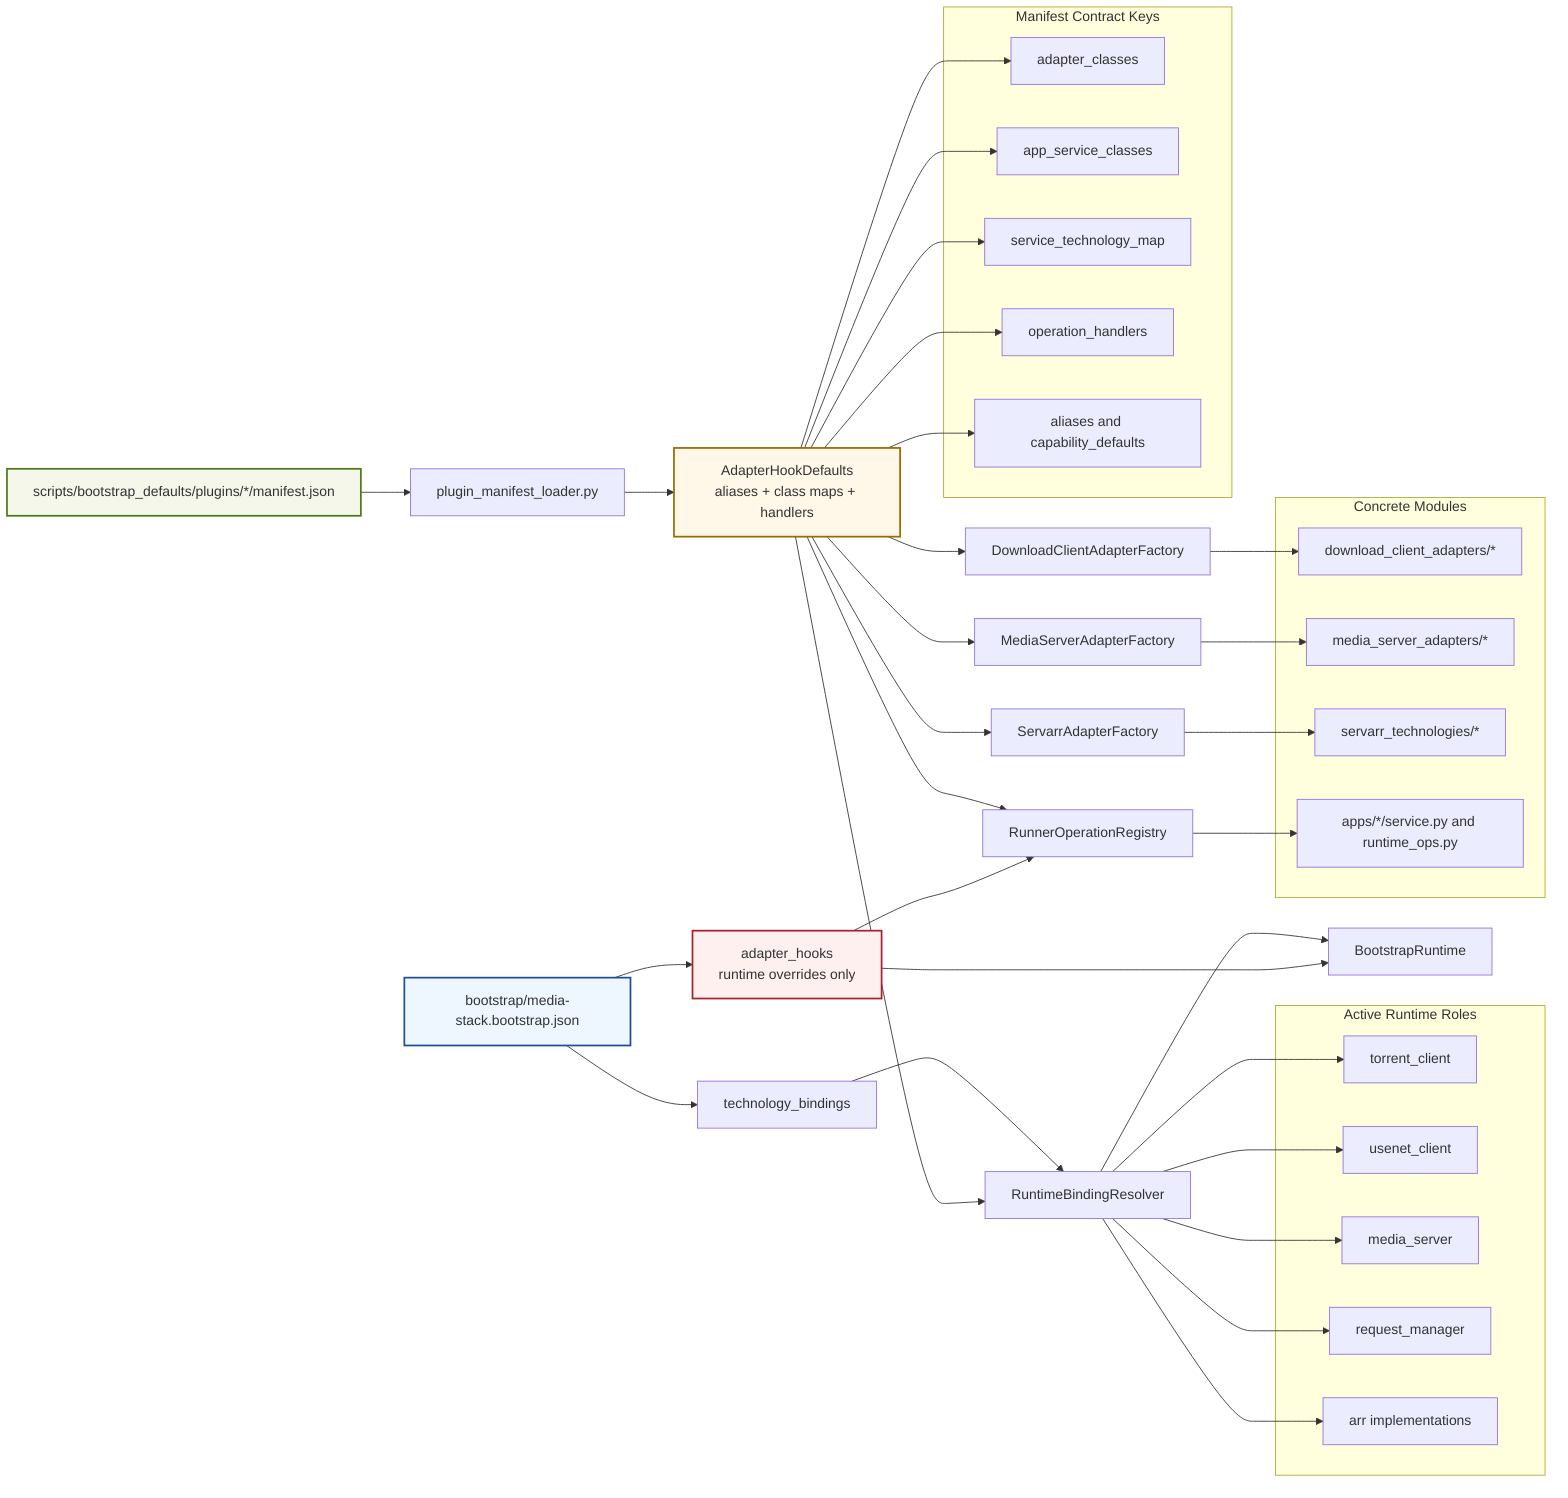
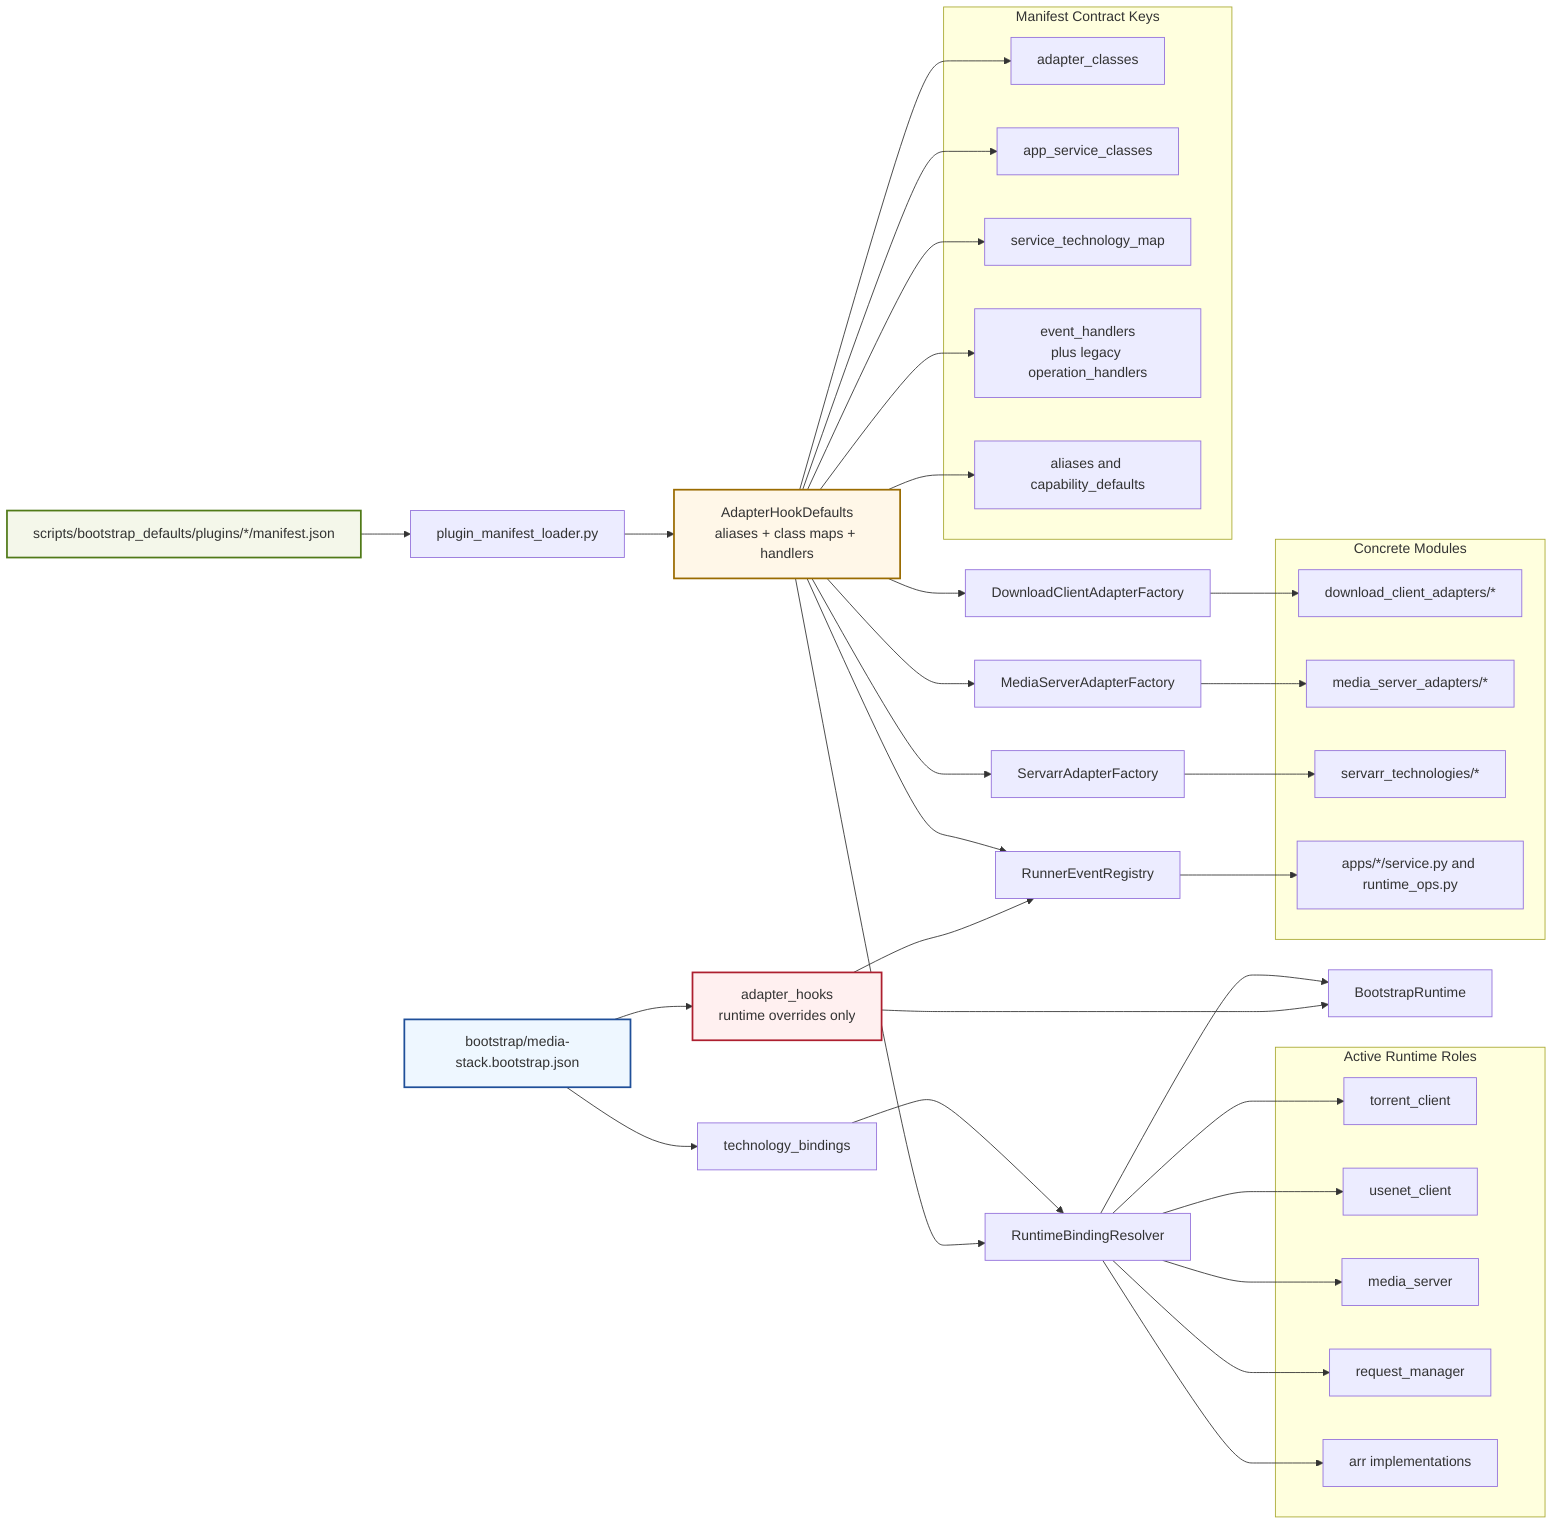
flowchart LR
  CFG[bootstrap/media-stack.bootstrap.json]
  BIND[technology_bindings]
  RH[adapter_hooks<br/>runtime overrides only]

  PM[scripts/bootstrap_defaults/plugins/*/manifest.json]
  LOAD[plugin_manifest_loader.py]
  DEF[AdapterHookDefaults<br/>aliases + class maps + handlers]

  RES[RuntimeBindingResolver]
  RT[BootstrapRuntime]

-   OPREG[RunnerOperationRegistry]
+   OPREG[RunnerEventRegistry]
  DLF[DownloadClientAdapterFactory]
  MSF[MediaServerAdapterFactory]
  SAF[ServarrAdapterFactory]

  subgraph Roles[Active Runtime Roles]
    TOR[torrent_client]
    USE[usenet_client]
    MED[media_server]
    RQM[request_manager]
    ARR[arr implementations]
  end

  subgraph Contracts[Manifest Contract Keys]
    C1[adapter_classes]
    C2[app_service_classes]
    C3[service_technology_map]
-     C4[operation_handlers]
+     C4[event_handlers<br/>plus legacy operation_handlers]
    C5[aliases and capability_defaults]
  end

  subgraph Impl[Concrete Modules]
    TCA[download_client_adapters/*]
    MSA[media_server_adapters/*]
    SVA[servarr_technologies/*]
    APS[apps/*/service.py and runtime_ops.py]
  end

  CFG --> BIND --> RES
  CFG --> RH

  PM --> LOAD --> DEF
  DEF --> C1
  DEF --> C2
  DEF --> C3
  DEF --> C4
  DEF --> C5

  DEF --> RES
  RES --> TOR
  RES --> USE
  RES --> MED
  RES --> RQM
  RES --> ARR
  RES --> RT

  DEF --> DLF
  DEF --> MSF
  DEF --> SAF
  DEF --> OPREG

  RH --> OPREG
  RH --> RT

  DLF --> TCA
  MSF --> MSA
  SAF --> SVA
  OPREG --> APS

  style CFG fill:#eef7ff,stroke:#1f4f99,stroke-width:2px
  style PM fill:#f4f7ea,stroke:#507a18,stroke-width:2px
  style DEF fill:#fff7e8,stroke:#9a6b00,stroke-width:2px
  style RH fill:#fff0f0,stroke:#ad1f2f,stroke-width:2px
